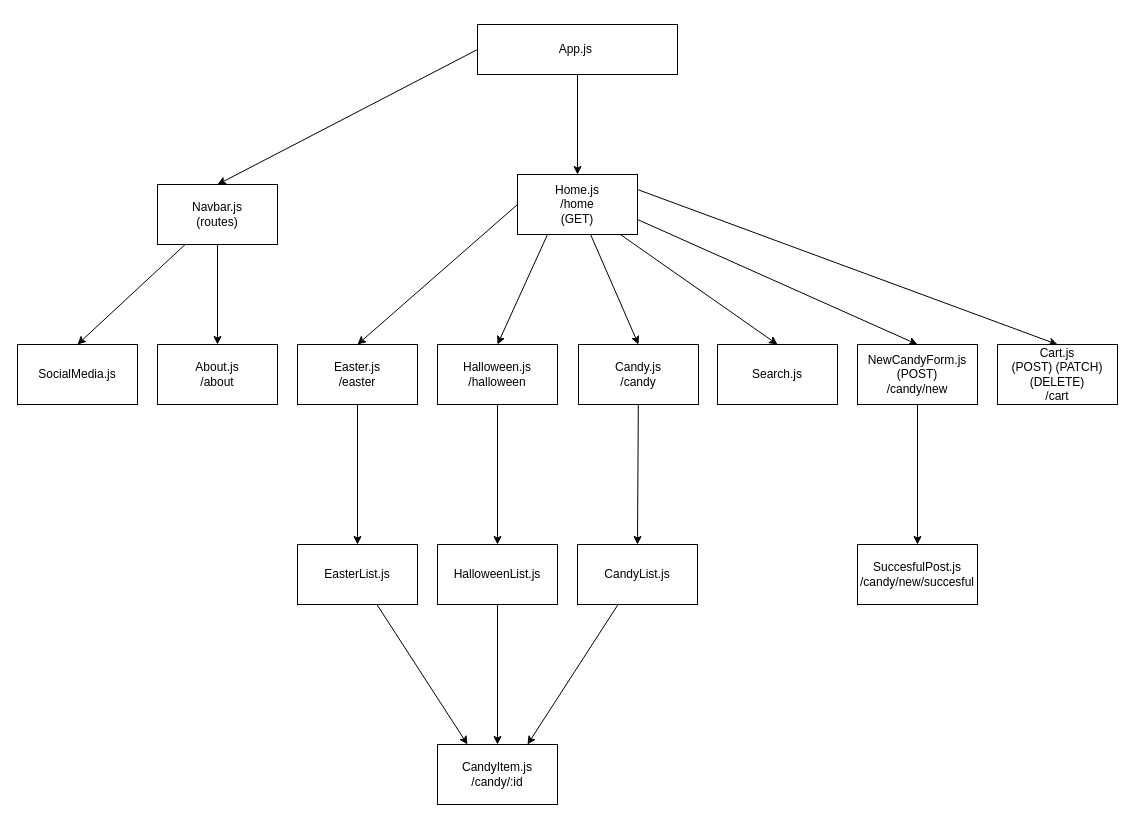
The draw.io diagram Project.drawio in djones02/Candy-Cravers, before the edit. Source tidied: cells renumbered, new cells numbered last; positions are measured from the earlier drawing's top-left corner, leaving out a move shared by most shapes. Both pictures are drawn from the tidied source at 100%, with x=0, y=0 at pixel (17, 24).
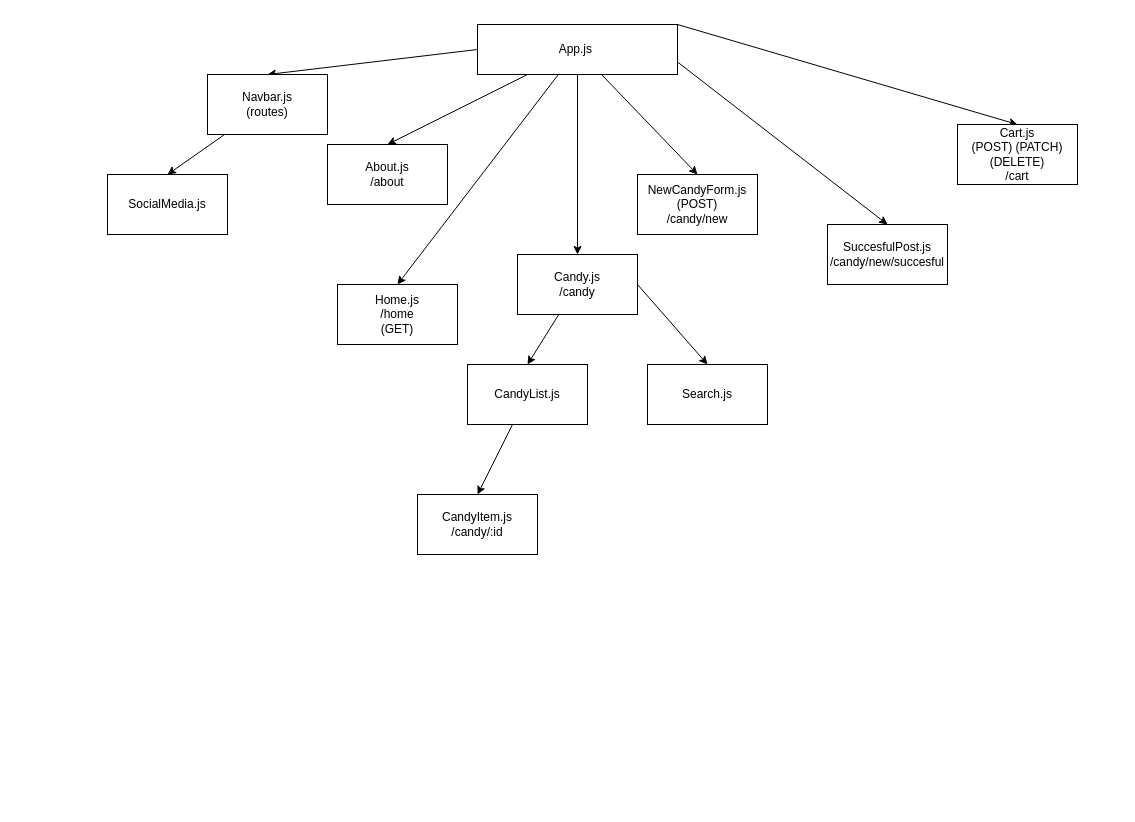
Above is the later version.

The change refers to these unchanged cells:
```xml
<mxCell id="5" value="App.js&amp;nbsp;" style="whiteSpace=wrap;html=1;" parent="1" vertex="1">
  <mxGeometry x="460" width="200" height="50" as="geometry" />
</mxCell>
```

What changed in the source:
```diff
@@
-    <mxCell id="3" style="edgeStyle=none;html=1;entryX=0.5;entryY=0;entryDx=0;entryDy=0;exitX=1;exitY=0.75;exitDx=0;exitDy=0;" parent="1" edge="1" source="27" target="17">
+    <mxCell id="3" style="edgeStyle=none;html=1;entryX=0.5;entryY=0;entryDx=0;entryDy=0;" parent="1" edge="1" source="5" target="17">
       <mxGeometry relative="1" as="geometry" />
     </mxCell>
@@
-    <mxCell id="6" style="edgeStyle=none;html=1;entryX=0.5;entryY=0;entryDx=0;entryDy=0;" parent="1" edge="1" source="8" target="33">
+    <mxCell id="6" style="edgeStyle=none;html=1;entryX=0.5;entryY=0;entryDx=0;entryDy=0;" parent="1" edge="1" source="5" target="33">
       <mxGeometry relative="1" as="geometry" />
     </mxCell>
@@
     <mxCell id="8" value="Navbar.js&lt;br&gt;(routes)" style="whiteSpace=wrap;html=1;" parent="1" vertex="1">
-      <mxGeometry x="140" y="160" width="120" height="60" as="geometry" />
+      <mxGeometry x="190" y="50" width="120" height="60" as="geometry" />
     </mxCell>
-    <mxCell id="9" style="edgeStyle=none;html=1;entryX=0.5;entryY=0;entryDx=0;entryDy=0;exitX=0;exitY=0.5;exitDx=0;exitDy=0;" parent="1" edge="1" source="27" target="14">
-      <mxGeometry relative="1" as="geometry" />
-    </mxCell>
-    <mxCell id="10" style="edgeStyle=none;html=1;entryX=0.5;entryY=0;entryDx=0;entryDy=0;exitX=0.25;exitY=1;exitDx=0;exitDy=0;" parent="1" edge="1" source="27" target="12">
-      <mxGeometry relative="1" as="geometry" />
-    </mxCell>
-    <mxCell id="11" style="edgeStyle=none;html=1;" parent="1" edge="1" source="12" target="22">
-      <mxGeometry relative="1" as="geometry" />
-    </mxCell>
-    <mxCell id="12" value="Halloween.js&lt;br&gt;/halloween" style="whiteSpace=wrap;html=1;" parent="1" vertex="1">
-      <mxGeometry x="420" y="320" width="120" height="60" as="geometry" />
-    </mxCell>
-    <mxCell id="13" style="edgeStyle=none;html=1;entryX=0.5;entryY=0;entryDx=0;entryDy=0;" parent="1" edge="1" source="14" target="20">
-      <mxGeometry relative="1" as="geometry" />
-    </mxCell>
-    <mxCell id="14" value="Easter.js&lt;br&gt;/easter" style="whiteSpace=wrap;html=1;" parent="1" vertex="1">
-      <mxGeometry x="280" y="320" width="120" height="60" as="geometry" />
-    </mxCell>
     <mxCell id="15" value="Search.js" style="whiteSpace=wrap;html=1;" parent="1" vertex="1">
-      <mxGeometry x="700" y="320" width="120" height="60" as="geometry" />
+      <mxGeometry x="630" y="340" width="120" height="60" as="geometry" />
     </mxCell>
-    <mxCell id="16" style="edgeStyle=none;html=1;entryX=0.5;entryY=0;entryDx=0;entryDy=0;" parent="1" edge="1" source="17" target="18">
+    <mxCell id="16" style="edgeStyle=none;html=1;entryX=0.5;entryY=0;entryDx=0;entryDy=0;exitX=1;exitY=0.75;exitDx=0;exitDy=0;" parent="1" edge="1" source="5" target="18">
       <mxGeometry relative="1" as="geometry" />
     </mxCell>
     <mxCell id="17" value="NewCandyForm.js&lt;br&gt;(POST)&lt;br&gt;/candy/new" style="whiteSpace=wrap;html=1;" parent="1" vertex="1">
-      <mxGeometry x="840" y="320" width="120" height="60" as="geometry" />
+      <mxGeometry x="620" y="150" width="120" height="60" as="geometry" />
     </mxCell>
     <mxCell id="18" value="SuccesfulPost.js&lt;br&gt;/candy/new/succesful" style="whiteSpace=wrap;html=1;" parent="1" vertex="1">
-      <mxGeometry x="840" y="520" width="120" height="60" as="geometry" />
+      <mxGeometry x="810" y="200" width="120" height="60" as="geometry" />
     </mxCell>
-    <mxCell id="19" style="edgeStyle=none;html=1;entryX=0.25;entryY=0;entryDx=0;entryDy=0;" parent="1" edge="1" source="20" target="23">
-      <mxGeometry relative="1" as="geometry" />
-    </mxCell>
-    <mxCell id="20" value="EasterList.js" style="whiteSpace=wrap;html=1;" parent="1" vertex="1">
-      <mxGeometry x="280" y="520" width="120" height="60" as="geometry" />
-    </mxCell>
-    <mxCell id="21" style="edgeStyle=none;html=1;entryX=0.5;entryY=0;entryDx=0;entryDy=0;" parent="1" edge="1" source="22" target="23">
-      <mxGeometry relative="1" as="geometry" />
-    </mxCell>
-    <mxCell id="22" value="HalloweenList.js&lt;br&gt;" style="whiteSpace=wrap;html=1;" parent="1" vertex="1">
-      <mxGeometry x="420" y="520" width="120" height="60" as="geometry" />
-    </mxCell>
     <mxCell id="23" value="CandyItem.js&lt;br&gt;/candy/:id" style="whiteSpace=wrap;html=1;" parent="1" vertex="1">
-      <mxGeometry x="420" y="720" width="120" height="60" as="geometry" />
+      <mxGeometry x="400" y="470" width="120" height="60" as="geometry" />
     </mxCell>
-    <mxCell id="24" style="edgeStyle=none;html=1;entryX=0.5;entryY=0;entryDx=0;entryDy=0;" parent="1" edge="1" source="27" target="29">
+    <mxCell id="24" style="edgeStyle=none;html=1;entryX=0.5;entryY=0;entryDx=0;entryDy=0;" parent="1" edge="1" source="5" target="29">
       <mxGeometry relative="1" as="geometry" />
     </mxCell>
-    <mxCell id="25" style="edgeStyle=none;html=1;entryX=0.5;entryY=0;entryDx=0;entryDy=0;" parent="1" edge="1" source="27" target="15">
+    <mxCell id="25" style="edgeStyle=none;html=1;entryX=0.5;entryY=0;entryDx=0;entryDy=0;exitX=1;exitY=0.5;exitDx=0;exitDy=0;" parent="1" edge="1" source="29" target="15">
       <mxGeometry relative="1" as="geometry" />
     </mxCell>
-    <mxCell id="26" style="edgeStyle=none;html=1;entryX=0.5;entryY=0;entryDx=0;entryDy=0;exitX=1;exitY=0.25;exitDx=0;exitDy=0;" parent="1" edge="1" source="27" target="32">
+    <mxCell id="26" style="edgeStyle=none;html=1;entryX=0.5;entryY=0;entryDx=0;entryDy=0;exitX=1;exitY=0;exitDx=0;exitDy=0;" parent="1" edge="1" source="5" target="32">
       <mxGeometry relative="1" as="geometry" />
     </mxCell>
     <mxCell id="27" value="Home.js&lt;br&gt;/home&lt;br&gt;(GET)" style="whiteSpace=wrap;html=1;" parent="1" vertex="1">
-      <mxGeometry x="500" y="150" width="120" height="60" as="geometry" />
+      <mxGeometry x="320" y="260" width="120" height="60" as="geometry" />
     </mxCell>
@@
     <mxCell id="29" value="Candy.js&lt;br&gt;/candy" style="whiteSpace=wrap;html=1;" parent="1" vertex="1">
-      <mxGeometry x="561" y="320" width="120" height="60" as="geometry" />
+      <mxGeometry x="500" y="230" width="120" height="60" as="geometry" />
     </mxCell>
-    <mxCell id="30" style="edgeStyle=none;html=1;entryX=0.75;entryY=0;entryDx=0;entryDy=0;" parent="1" edge="1" source="31" target="23">
+    <mxCell id="30" style="edgeStyle=none;html=1;entryX=0.5;entryY=0;entryDx=0;entryDy=0;" parent="1" edge="1" source="31" target="23">
       <mxGeometry relative="1" as="geometry" />
     </mxCell>
     <mxCell id="31" value="CandyList.js" style="whiteSpace=wrap;html=1;" parent="1" vertex="1">
-      <mxGeometry x="560" y="520" width="120" height="60" as="geometry" />
+      <mxGeometry x="450" y="340" width="120" height="60" as="geometry" />
     </mxCell>
     <mxCell id="32" value="Cart.js&lt;br&gt;(POST) (PATCH)&lt;br&gt;(DELETE)&lt;br&gt;/cart" style="whiteSpace=wrap;html=1;" parent="1" vertex="1">
-      <mxGeometry x="980" y="320" width="120" height="60" as="geometry" />
+      <mxGeometry x="940" y="100" width="120" height="60" as="geometry" />
     </mxCell>
     <mxCell id="33" value="About.js&lt;br&gt;/about" style="whiteSpace=wrap;html=1;" parent="1" vertex="1">
-      <mxGeometry x="140" y="320" width="120" height="60" as="geometry" />
+      <mxGeometry x="310" y="120" width="120" height="60" as="geometry" />
     </mxCell>
     <mxCell id="34" value="SocialMedia.js" style="whiteSpace=wrap;html=1;" parent="1" vertex="1">
-      <mxGeometry y="320" width="120" height="60" as="geometry" />
+      <mxGeometry x="90" y="150" width="120" height="60" as="geometry" />
     </mxCell>
```
